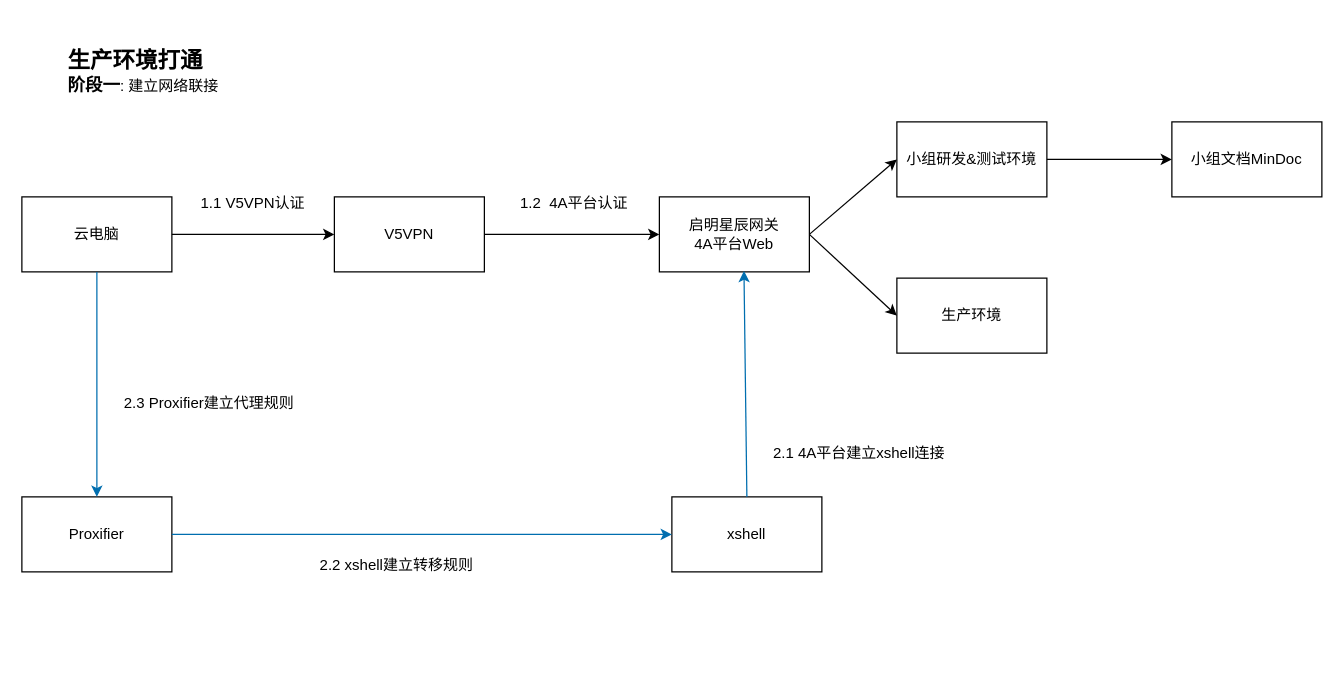
The draw.io diagram page "第 3 页" (3 of 3) of drawio/ccse-模板仓库01.drawio in Tiny-VS-Lina/ccse, before the edit. Source tidied: cells renumbered, new cells numbered last; positions are measured from the earlier drawing's top-left corner, leaving out a move shared by most shapes. Both pictures are drawn from the tidied source at 125%, with x=0, y=0 at pixel (21, 21).
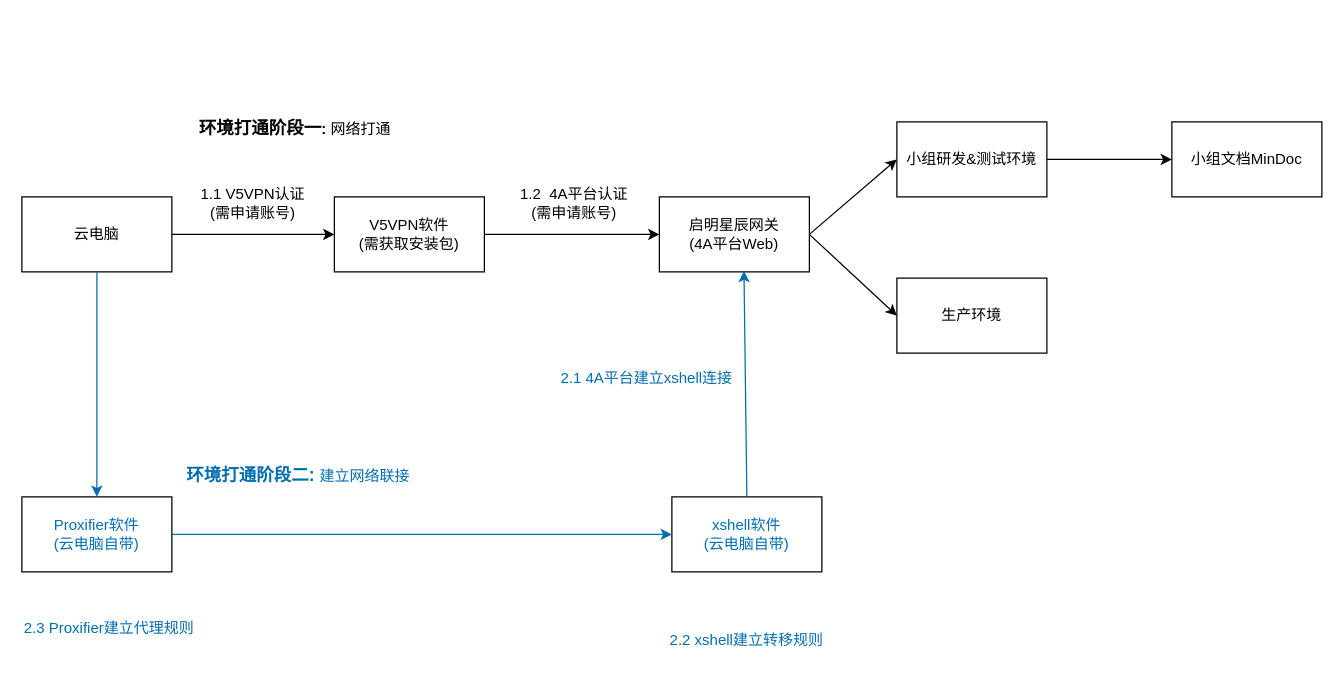
Above is the later version.

Commit message:
更新ccse-模板仓库01.drawio

The edit, as a diff of the source:
```diff
@@
-    <mxCell id="2" value="V5VPN" style="rounded=0;whiteSpace=wrap;html=1;" parent="1" vertex="1">
+    <mxCell id="2" value="V5VPN软件&lt;br&gt;(需获取安装包)" style="rounded=0;whiteSpace=wrap;html=1;" parent="1" vertex="1">
       <mxGeometry x="250" y="140" width="120" height="60" as="geometry" />
     </mxCell>
-    <mxCell id="3" value="xshell" style="rounded=0;whiteSpace=wrap;html=1;" parent="1" vertex="1">
+    <mxCell id="3" value="xshell软件&lt;br&gt;(云电脑自带)" style="rounded=0;whiteSpace=wrap;html=1;fontColor=#006EAF;" parent="1" vertex="1">
       <mxGeometry x="520" y="380" width="120" height="60" as="geometry" />
     </mxCell>
@@
-    <mxCell id="6" value="启明星辰网关&lt;br&gt;4A平台Web" style="rounded=0;whiteSpace=wrap;html=1;" parent="1" vertex="1">
+    <mxCell id="6" value="启明星辰网关&lt;br&gt;(4A平台Web)" style="rounded=0;whiteSpace=wrap;html=1;" parent="1" vertex="1">
       <mxGeometry x="510" y="140" width="120" height="60" as="geometry" />
     </mxCell>
@@
-    <mxCell id="10" value="Proxifier" style="rounded=0;whiteSpace=wrap;html=1;" parent="1" vertex="1">
+    <mxCell id="10" value="Proxifier软件&lt;br&gt;(云电脑自带)" style="rounded=0;whiteSpace=wrap;html=1;fontColor=#006EAF;" parent="1" vertex="1">
       <mxGeometry y="380" width="120" height="60" as="geometry" />
     </mxCell>
@@
-    <mxCell id="18" value="1.1 V5VPN认证" style="text;html=1;strokeColor=none;fillColor=none;align=center;verticalAlign=middle;whiteSpace=wrap;rounded=0;" parent="1" vertex="1">
+    <mxCell id="18" value="1.1 V5VPN认证&lt;br&gt;(需申请账号)" style="text;html=1;strokeColor=none;fillColor=none;align=center;verticalAlign=middle;whiteSpace=wrap;rounded=0;" parent="1" vertex="1">
       <mxGeometry x="130" y="130" width="110" height="30" as="geometry" />
     </mxCell>
-    <mxCell id="19" value="1.2&amp;nbsp; 4A平台认证" style="text;html=1;strokeColor=none;fillColor=none;align=center;verticalAlign=middle;whiteSpace=wrap;rounded=0;" parent="1" vertex="1">
+    <mxCell id="19" value="1.2&amp;nbsp; 4A平台认证&lt;br&gt;(需申请账号)" style="text;html=1;strokeColor=none;fillColor=none;align=center;verticalAlign=middle;whiteSpace=wrap;rounded=0;" parent="1" vertex="1">
       <mxGeometry x="394" y="130" width="96" height="30" as="geometry" />
     </mxCell>
-    <mxCell id="20" value="2.1 4A平台建立xshell连接" style="text;html=1;strokeColor=none;fillColor=none;align=center;verticalAlign=middle;whiteSpace=wrap;rounded=0;" parent="1" vertex="1">
-      <mxGeometry x="600" y="330" width="140" height="30" as="geometry" />
+    <mxCell id="20" value="2.1 4A平台建立xshell连接" style="text;html=1;strokeColor=none;fillColor=none;align=center;verticalAlign=middle;whiteSpace=wrap;rounded=0;fontColor=#006EAF;" parent="1" vertex="1">
+      <mxGeometry x="430" y="270" width="140" height="30" as="geometry" />
     </mxCell>
-    <mxCell id="21" value="2.2&amp;nbsp;xshell建立转移规则" style="text;html=1;strokeColor=none;fillColor=none;align=center;verticalAlign=middle;whiteSpace=wrap;rounded=0;" parent="1" vertex="1">
-      <mxGeometry x="230" y="420" width="140" height="30" as="geometry" />
+    <mxCell id="21" value="2.2&amp;nbsp;xshell建立转移规则" style="text;html=1;strokeColor=none;fillColor=none;align=center;verticalAlign=middle;whiteSpace=wrap;rounded=0;fontColor=#006EAF;" parent="1" vertex="1">
+      <mxGeometry x="510" y="480" width="140" height="30" as="geometry" />
     </mxCell>
-    <mxCell id="22" value="2.3 Proxifier建立代理规则" style="text;html=1;strokeColor=none;fillColor=none;align=center;verticalAlign=middle;whiteSpace=wrap;rounded=0;" parent="1" vertex="1">
-      <mxGeometry x="80" y="290" width="140" height="30" as="geometry" />
+    <mxCell id="22" value="2.3 Proxifier建立代理规则" style="text;html=1;strokeColor=none;fillColor=none;align=center;verticalAlign=middle;whiteSpace=wrap;rounded=0;fontColor=#006EAF;" parent="1" vertex="1">
+      <mxGeometry y="470" width="140" height="30" as="geometry" />
     </mxCell>
-    <mxCell id="23" value="&lt;font style=&quot;font-size: 18px;&quot;&gt;&lt;b&gt;生产环境打通&lt;/b&gt;&lt;/font&gt;&lt;br&gt;&lt;b&gt;&lt;font style=&quot;font-size: 14px;&quot;&gt;阶段一&lt;/font&gt;&lt;/b&gt;:&amp;nbsp;建立网络联接" style="text;html=1;strokeColor=none;fillColor=none;align=left;verticalAlign=middle;whiteSpace=wrap;rounded=0;" parent="1" vertex="1">
-      <mxGeometry x="35" width="345" height="80" as="geometry" />
+    <mxCell id="23" value="&lt;b&gt;&lt;font style=&quot;font-size: 14px;&quot;&gt;环境打通阶段一&lt;/font&gt;:&lt;/b&gt;&amp;nbsp;网络打通" style="text;html=1;strokeColor=none;fillColor=none;align=left;verticalAlign=middle;whiteSpace=wrap;rounded=0;" parent="1" vertex="1">
+      <mxGeometry x="140" y="60" width="190" height="50" as="geometry" />
     </mxCell>
+    <mxCell id="24" value="&lt;b style=&quot;border-color: var(--border-color);&quot;&gt;&lt;font style=&quot;border-color: var(--border-color); font-size: 14px;&quot;&gt;环境打通&lt;/font&gt;&lt;/b&gt;&lt;b&gt;&lt;font style=&quot;font-size: 14px;&quot;&gt;阶段二:&amp;nbsp;&lt;/font&gt;&lt;/b&gt;建立网络联接" style="text;html=1;strokeColor=none;fillColor=none;align=left;verticalAlign=middle;whiteSpace=wrap;rounded=0;fontColor=#006EAF;" parent="1" vertex="1">
+      <mxGeometry x="130" y="345" width="300" height="35" as="geometry" />
+    </mxCell>
```
